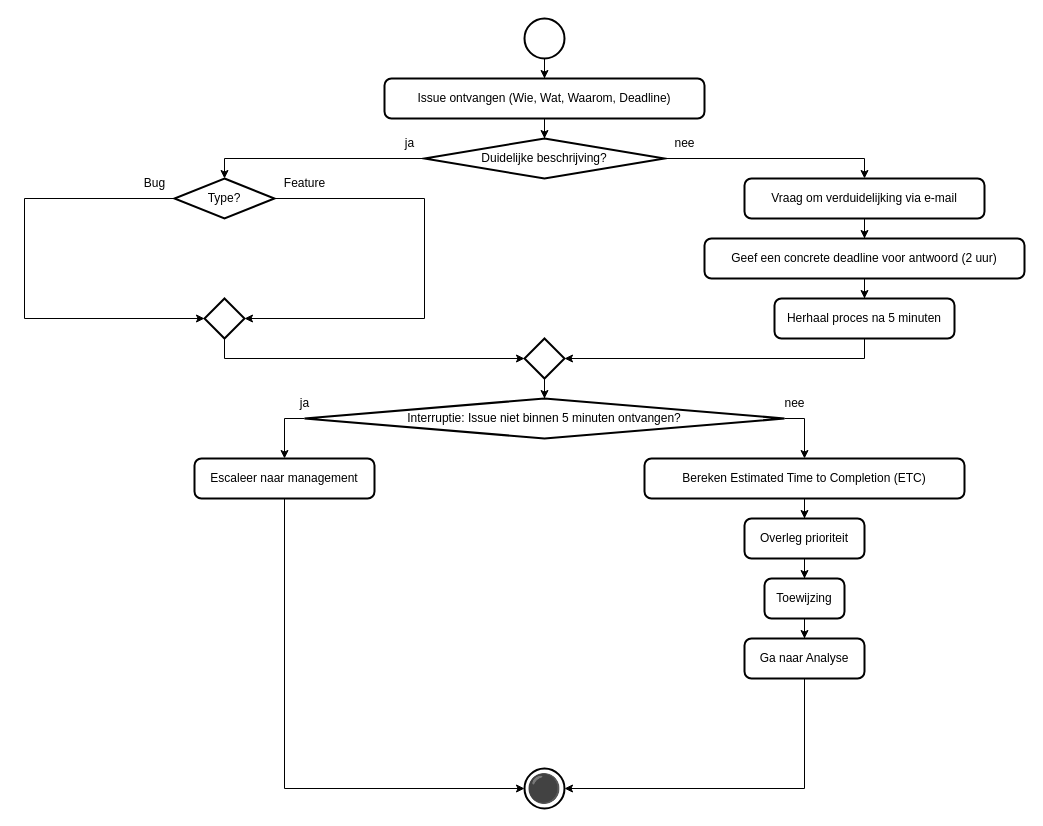
Before: 1 Issue Tracker intake.drawio in Zaibatsu89/IssueTracker, a draw.io diagram. Source tidied: cells renumbered, new cells numbered last; positions are measured from the earlier drawing's top-left corner, leaving out a move shared by most shapes. Both pictures are drawn from the tidied source at 100%, with x=0, y=0 at pixel (24, 18).
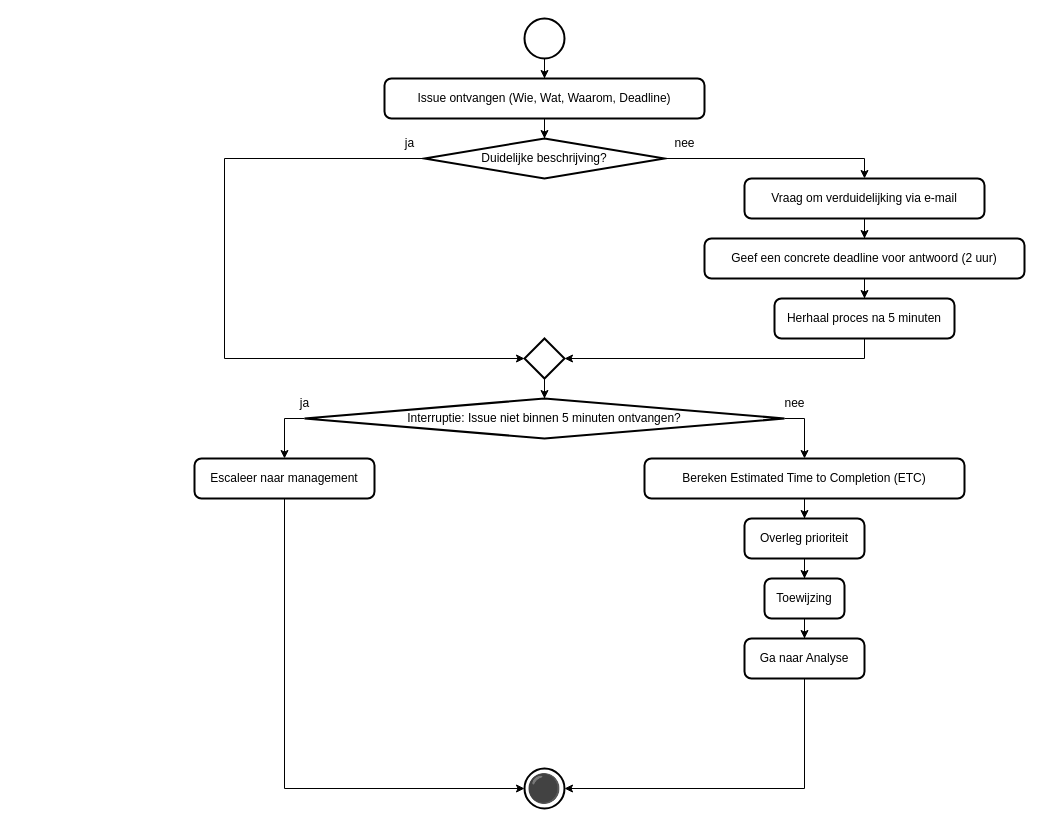
After the change.

Commit message:
flowcharts: haal bug/feature weg uit intake

Unchanged cells that the change refers to:
```xml
<mxCell id="7" value="Duidelijke beschrijving?" style="strokeWidth=2;html=1;shape=mxgraph.flowchart.decision;whiteSpace=wrap;" parent="1" vertex="1">
  <mxGeometry x="400" y="120" width="240" height="40" as="geometry" />
</mxCell>
<mxCell id="23" style="strokeWidth=2;html=1;shape=mxgraph.flowchart.decision;whiteSpace=wrap;" parent="1" vertex="1">
  <mxGeometry x="500" y="320" width="40" height="40" as="geometry" />
</mxCell>
```

The edit, as a diff of the source:
```diff
@@
-    <mxCell id="14" style="edgeStyle=orthogonalEdgeStyle;rounded=0;jettySize=auto;html=1;exitX=1;exitY=0.5;exitDx=0;exitDy=0;exitPerimeter=0;entryX=1;entryY=0.5;entryDx=0;entryDy=0;entryPerimeter=0;" parent="1" edge="1" source="16" target="21">
-      <mxGeometry relative="1" as="geometry">
-        <Array as="points">
-          <mxPoint x="400" y="180" />
-          <mxPoint x="400" y="300" />
-        </Array>
-      </mxGeometry>
-    </mxCell>
-    <mxCell id="15" style="edgeStyle=orthogonalEdgeStyle;rounded=0;jettySize=auto;html=1;exitX=0;exitY=0.5;exitDx=0;exitDy=0;exitPerimeter=0;entryX=0;entryY=0.5;entryDx=0;entryDy=0;entryPerimeter=0;" parent="1" edge="1" source="16" target="21">
-      <mxGeometry relative="1" as="geometry">
-        <Array as="points">
-          <mxPoint y="180" />
-          <mxPoint y="300" />
-        </Array>
-      </mxGeometry>
-    </mxCell>
-    <mxCell id="16" value="Type?" style="strokeWidth=2;html=1;shape=mxgraph.flowchart.decision;whiteSpace=wrap;" parent="1" vertex="1">
-      <mxGeometry x="150" y="160" width="100" height="40" as="geometry" />
-    </mxCell>
-    <mxCell id="17" style="edgeStyle=orthogonalEdgeStyle;rounded=0;jettySize=auto;html=1;exitX=0;exitY=0.5;exitDx=0;exitDy=0;exitPerimeter=0;entryX=0.5;entryY=0;entryDx=0;entryDy=0;entryPerimeter=0;" parent="1" edge="1" source="7" target="16">
-      <mxGeometry relative="1" as="geometry" />
-    </mxCell>
@@
-    <mxCell id="19" value="Feature" style="text;html=1;align=center;verticalAlign=middle;strokeColor=none;fillColor=none;" parent="1" vertex="1">
-      <mxGeometry x="250" y="150" width="60" height="30" as="geometry" />
-    </mxCell>
-    <mxCell id="20" value="Bug" style="text;html=1;align=center;verticalAlign=middle;strokeColor=none;fillColor=none;" parent="1" vertex="1">
-      <mxGeometry x="110" y="150" width="40" height="30" as="geometry" />
-    </mxCell>
-    <mxCell id="21" style="strokeWidth=2;html=1;shape=mxgraph.flowchart.decision;whiteSpace=wrap;" parent="1" vertex="1">
-      <mxGeometry x="180" y="280" width="40" height="40" as="geometry" />
-    </mxCell>
@@
-    <mxCell id="25" style="edgeStyle=orthogonalEdgeStyle;rounded=0;jettySize=auto;html=1;exitX=0.5;exitY=1;exitDx=0;exitDy=0;exitPerimeter=0;entryX=0;entryY=0.5;entryDx=0;entryDy=0;entryPerimeter=0;" parent="1" edge="1" source="21" target="23">
-      <mxGeometry relative="1" as="geometry" />
-    </mxCell>
@@
+    <mxCell id="42" style="edgeStyle=orthogonalEdgeStyle;rounded=0;jettySize=auto;html=1;exitX=0;exitY=0.5;exitDx=0;exitDy=0;exitPerimeter=0;entryX=0;entryY=0.5;entryDx=0;entryDy=0;entryPerimeter=0;" parent="1" edge="1" source="7" target="23">
+      <mxGeometry relative="1" as="geometry">
+        <Array as="points">
+          <mxPoint x="200" y="140" />
+          <mxPoint x="200" y="340" />
+        </Array>
+      </mxGeometry>
+    </mxCell>
```
